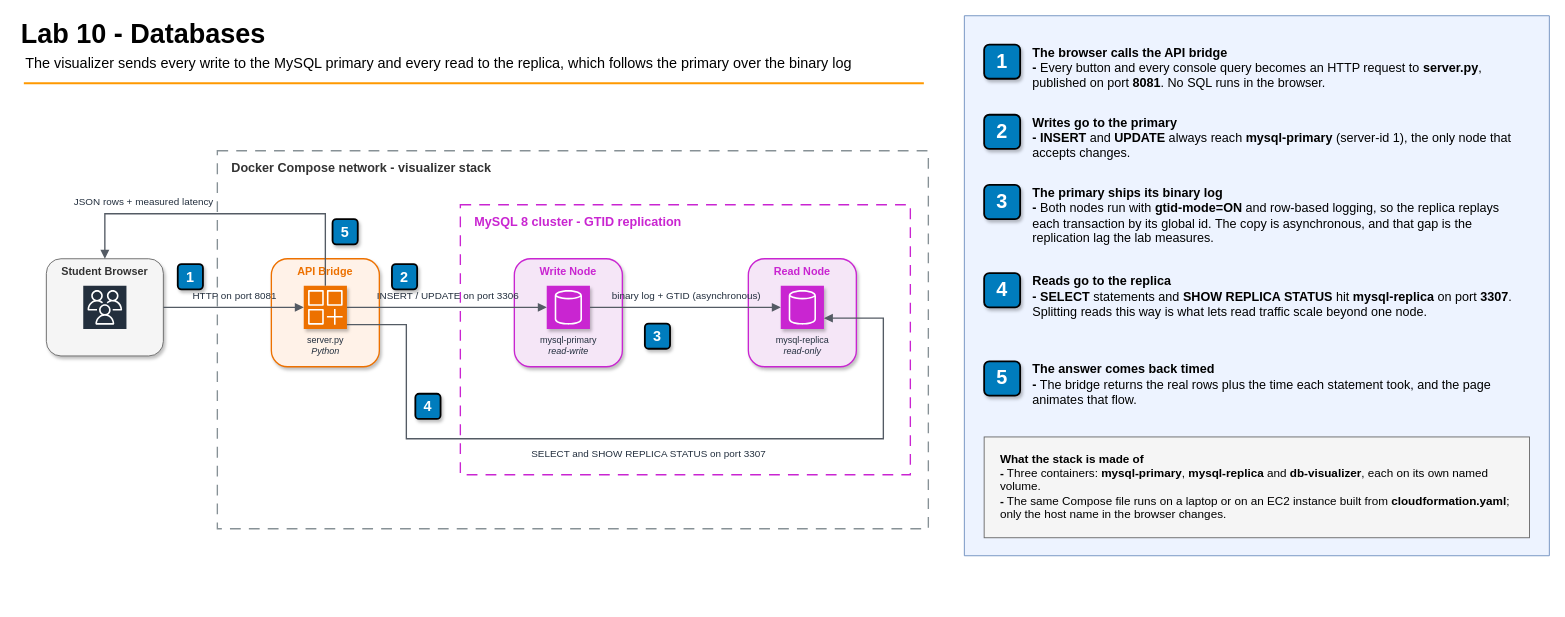
gamaware/system-design-course keeps this draw.io diagram as 10-databases/diagrams/lab10-architecture.drawio. Above is the earlier version. Source tidied: cells renumbered, new cells numbered last; positions are measured from the earlier drawing's top-left corner, leaving out a move shared by most shapes. Both pictures are drawn from the tidied source at 90%, with x=0, y=0 at pixel (19, 15). Pictures stored in the file or linked from it are replaced by grey dashed boxes.
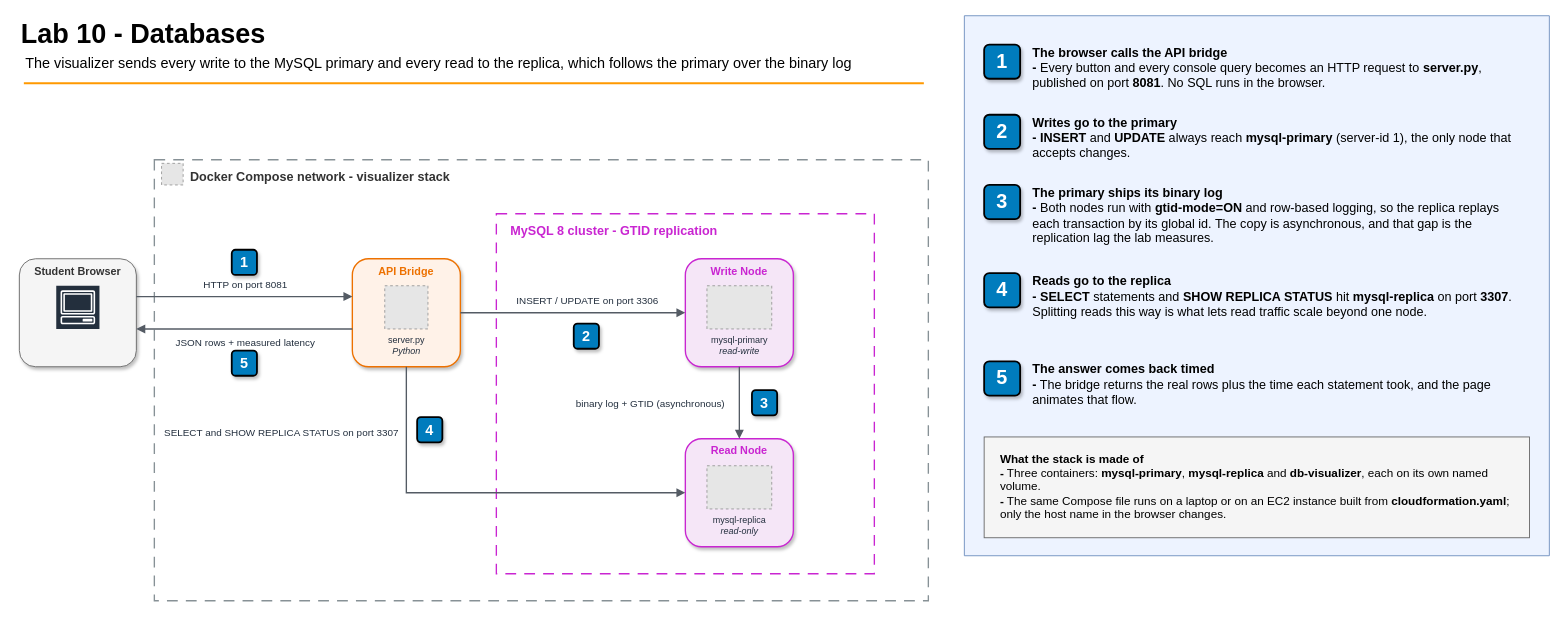
Above is the later version.

What changed in the source:
```diff
@@
-    <mxCell id="6" value="Docker Compose network - visualizer stack" style="rounded=0;html=1;whiteSpace=wrap;fillColor=none;strokeColor=#879196;dashed=1;dashPattern=8 6;strokeWidth=1.5;verticalAlign=top;align=left;spacingLeft=14;spacingTop=4;fontSize=14;fontStyle=1;fontColor=light-dark(#333333,#FAFAFA);fontFamily=Helvetica;" parent="1" vertex="1">
-      <mxGeometry x="220" y="150" width="790" height="420" as="geometry" />
+    <mxCell id="6" value="Docker Compose network - visualizer stack" style="rounded=0;html=1;whiteSpace=wrap;fillColor=none;strokeColor=#879196;dashed=1;dashPattern=8 6;strokeWidth=1.5;verticalAlign=top;align=left;spacingLeft=38;spacingTop=4;fontSize=14;fontStyle=1;fontColor=light-dark(#333333,#FAFAFA);fontFamily=Helvetica;" parent="1" vertex="1">
+      <mxGeometry x="150" y="160" width="860" height="490" as="geometry" />
     </mxCell>
+    <mxCell id="44" style="fillColor=#E6E6E6;strokeColor=#999999;dashed=1;html=1;verticalLabelPosition=bottom;verticalAlign=top;" parent="1" vertex="1">
+      <mxGeometry x="158" y="164" width="24" height="24" as="geometry" />
+    </mxCell>
     <mxCell id="7" value="MySQL 8 cluster - GTID replication" style="rounded=0;html=1;whiteSpace=wrap;fillColor=none;strokeColor=#C925D1;dashed=1;dashPattern=8 6;strokeWidth=1.5;verticalAlign=top;align=left;spacingLeft=14;spacingTop=4;fontSize=14;fontStyle=1;fontColor=#C925D1;fontFamily=Helvetica;" parent="1" vertex="1">
-      <mxGeometry x="490" y="210" width="500" height="300" as="geometry" />
+      <mxGeometry x="530" y="220" width="420" height="400" as="geometry" />
     </mxCell>
     <mxCell id="8" value="Student Browser" style="fillColor=#f5f5f5;strokeColor=light-dark(#666666,#D4D4D4);rounded=1;whiteSpace=wrap;html=1;verticalAlign=top;fontStyle=1;fontSize=12;fontColor=#333333;fontFamily=Helvetica;shadow=1;strokeWidth=1;perimeterSpacing=0;" parent="1" vertex="1">
-      <mxGeometry x="30" y="270" width="130" height="108" as="geometry" />
+      <mxGeometry y="270" width="130" height="120" as="geometry" />
     </mxCell>
-    <mxCell id="9" style="sketch=0;fontColor=#232F3E;fillColor=#232F3D;strokeColor=#ffffff;dashed=0;verticalLabelPosition=bottom;verticalAlign=top;align=center;html=1;fontSize=12;fontStyle=0;shape=mxgraph.aws4.resourceIcon;resIcon=mxgraph.aws4.users;fontFamily=Helvetica;" parent="8" vertex="1">
+    <mxCell id="9" style="sketch=0;fontColor=#232F3E;fillColor=#232F3D;strokeColor=#ffffff;dashed=0;verticalLabelPosition=bottom;verticalAlign=top;align=center;html=1;fontSize=12;fontStyle=0;shape=mxgraph.aws4.resourceIcon;resIcon=mxgraph.aws4.client;fontFamily=Helvetica;" parent="8" vertex="1">
       <mxGeometry x="41" y="30" width="48" height="48" as="geometry" />
     </mxCell>
     <mxCell id="10" value="API Bridge" style="rounded=1;html=1;whiteSpace=wrap;fillColor=#FFF2E8;strokeColor=#ED7100;verticalAlign=top;align=center;fontStyle=1;fontSize=12;fontColor=#ED7100;shadow=1;strokeWidth=1.5;fontFamily=Helvetica;" parent="1" vertex="1">
-      <mxGeometry x="280" y="270" width="120" height="120" as="geometry" />
+      <mxGeometry x="370" y="270" width="120" height="120" as="geometry" />
     </mxCell>
-    <mxCell id="11" value="server.py&lt;div&gt;&lt;i&gt;Python&lt;/i&gt;&lt;/div&gt;" style="sketch=0;points=[[0,0,0],[0.25,0,0],[0.5,0,0],[0.75,0,0],[1,0,0],[0,1,0],[0.25,1,0],[0.5,1,0],[0.75,1,0],[1,1,0],[0,0.25,0],[0,0.5,0],[0,0.75,0],[1,0.25,0],[1,0.5,0],[1,0.75,0]];outlineConnect=0;fontColor=#232F3E;fillColor=#ED7100;strokeColor=#ffffff;dashed=0;verticalLabelPosition=bottom;verticalAlign=top;align=center;html=1;fontSize=10;fontStyle=0;shape=mxgraph.aws4.resourceIcon;resIcon=mxgraph.aws4.generic_application;shadow=1;fontFamily=Helvetica;" parent="10" vertex="1">
+    <mxCell id="11" value="server.py&lt;div&gt;&lt;i&gt;Python&lt;/i&gt;&lt;/div&gt;" style="fillColor=#E6E6E6;strokeColor=#999999;dashed=1;verticalLabelPosition=bottom;verticalAlign=top;align=center;html=1;labelBackgroundColor=none;fontSize=10;fontColor=#232F3E;fontFamily=Helvetica;" parent="10" vertex="1">
       <mxGeometry x="36" y="30" width="48" height="48" as="geometry" />
     </mxCell>
     <mxCell id="12" value="Write Node" style="rounded=1;html=1;whiteSpace=wrap;fillColor=#F5E6F7;strokeColor=#C925D1;verticalAlign=top;align=center;fontStyle=1;fontSize=12;fontColor=#C925D1;shadow=1;strokeWidth=1.5;fontFamily=Helvetica;" parent="1" vertex="1">
-      <mxGeometry x="550" y="270" width="120" height="120" as="geometry" />
+      <mxGeometry x="740" y="270" width="120" height="120" as="geometry" />
     </mxCell>
-    <mxCell id="13" value="mysql-primary&lt;div&gt;&lt;i&gt;read-write&lt;/i&gt;&lt;/div&gt;" style="sketch=0;points=[[0,0,0],[0.25,0,0],[0.5,0,0],[0.75,0,0],[1,0,0],[0,1,0],[0.25,1,0],[0.5,1,0],[0.75,1,0],[1,1,0],[0,0.25,0],[0,0.5,0],[0,0.75,0],[1,0.25,0],[1,0.5,0],[1,0.75,0]];outlineConnect=0;fontColor=#232F3E;fillColor=#C925D1;strokeColor=#ffffff;dashed=0;verticalLabelPosition=bottom;verticalAlign=top;align=center;html=1;fontSize=10;fontStyle=0;shape=mxgraph.aws4.resourceIcon;resIcon=mxgraph.aws4.generic_database;shadow=1;fontFamily=Helvetica;" parent="12" vertex="1">
-      <mxGeometry x="36" y="30" width="48" height="48" as="geometry" />
+    <mxCell id="13" value="mysql-primary&lt;div&gt;&lt;i&gt;read-write&lt;/i&gt;&lt;/div&gt;" style="fillColor=#E6E6E6;strokeColor=#999999;dashed=1;verticalLabelPosition=bottom;verticalAlign=top;align=center;html=1;labelBackgroundColor=none;fontSize=10;fontColor=#232F3E;fontFamily=Helvetica;" parent="12" vertex="1">
+      <mxGeometry x="24" y="30" width="72" height="48" as="geometry" />
     </mxCell>
     <mxCell id="14" value="Read Node" style="rounded=1;html=1;whiteSpace=wrap;fillColor=#F5E6F7;strokeColor=#C925D1;verticalAlign=top;align=center;fontStyle=1;fontSize=12;fontColor=#C925D1;shadow=1;strokeWidth=1.5;fontFamily=Helvetica;" parent="1" vertex="1">
-      <mxGeometry x="810" y="270" width="120" height="120" as="geometry" />
+      <mxGeometry x="740" y="470" width="120" height="120" as="geometry" />
     </mxCell>
-    <mxCell id="15" value="mysql-replica&lt;div&gt;&lt;i&gt;read-only&lt;/i&gt;&lt;/div&gt;" style="sketch=0;points=[[0,0,0],[0.25,0,0],[0.5,0,0],[0.75,0,0],[1,0,0],[0,1,0],[0.25,1,0],[0.5,1,0],[0.75,1,0],[1,1,0],[0,0.25,0],[0,0.5,0],[0,0.75,0],[1,0.25,0],[1,0.5,0],[1,0.75,0]];outlineConnect=0;fontColor=#232F3E;fillColor=#C925D1;strokeColor=#ffffff;dashed=0;verticalLabelPosition=bottom;verticalAlign=top;align=center;html=1;fontSize=10;fontStyle=0;shape=mxgraph.aws4.resourceIcon;resIcon=mxgraph.aws4.generic_database;shadow=1;fontFamily=Helvetica;" parent="14" vertex="1">
-      <mxGeometry x="36" y="30" width="48" height="48" as="geometry" />
+    <mxCell id="15" value="mysql-replica&lt;div&gt;&lt;i&gt;read-only&lt;/i&gt;&lt;/div&gt;" style="fillColor=#E6E6E6;strokeColor=#999999;dashed=1;verticalLabelPosition=bottom;verticalAlign=top;align=center;html=1;labelBackgroundColor=none;fontSize=10;fontColor=#232F3E;fontFamily=Helvetica;" parent="14" vertex="1">
+      <mxGeometry x="24" y="30" width="72" height="48" as="geometry" />
     </mxCell>
-    <mxCell id="16" style="edgeStyle=orthogonalEdgeStyle;html=1;rounded=0;jettySize=auto;elbow=vertical;endArrow=block;endFill=1;strokeColor=#545B64;strokeWidth=1.5;fontFamily=Helvetica;exitX=1;exitY=0.5;exitDx=0;exitDy=0;entryX=0;entryY=0.5;entryDx=0;entryDy=0;startArrow=none;" parent="1" edge="1" source="8" target="11">
+    <mxCell id="16" style="edgeStyle=orthogonalEdgeStyle;rounded=0;jettySize=auto;html=1;endArrow=block;endFill=1;strokeColor=#545B64;strokeWidth=1.5;fontFamily=Helvetica;exitX=1;exitY=0.35;exitDx=0;exitDy=0;entryX=0;entryY=0.35;entryDx=0;entryDy=0;startArrow=none;fontSize=11;jumpStyle=arc;jumpSize=10;labelBackgroundColor=default;" parent="1" edge="1" source="8" target="10">
       <mxGeometry relative="1" as="geometry" />
     </mxCell>
-    <mxCell id="17" value="HTTP on port 8081" style="edgeLabel;html=1;align=center;verticalAlign=middle;labelBackgroundColor=none;fontSize=11;fontColor=light-dark(#232F3E,#F5F5F5);fontFamily=Helvetica;" parent="16" vertex="1">
+    <mxCell id="17" value="HTTP on port 8081" style="edgeLabel=;html=1;align=center;verticalAlign=middle;labelBackgroundColor=default;fontSize=11;fontColor=light-dark(#232F3E,#F5F5F5);fontFamily=Helvetica;" parent="16" vertex="1">
       <mxGeometry relative="1" as="geometry">
         <mxPoint y="-14" as="offset" />
       </mxGeometry>
     </mxCell>
-    <mxCell id="18" style="edgeStyle=orthogonalEdgeStyle;html=1;rounded=0;jettySize=auto;elbow=vertical;endArrow=block;endFill=1;strokeColor=#545B64;strokeWidth=1.5;fontFamily=Helvetica;exitX=1;exitY=0.5;exitDx=0;exitDy=0;entryX=0;entryY=0.5;entryDx=0;entryDy=0;startArrow=none;" parent="1" edge="1" source="11" target="13">
+    <mxCell id="18" style="edgeStyle=orthogonalEdgeStyle;rounded=0;jettySize=auto;html=1;endArrow=block;endFill=1;strokeColor=#545B64;strokeWidth=1.5;fontFamily=Helvetica;exitX=1;exitY=0.5;exitDx=0;exitDy=0;entryX=0;entryY=0.5;entryDx=0;entryDy=0;startArrow=none;fontSize=11;jumpStyle=arc;jumpSize=10;labelBackgroundColor=default;" parent="1" edge="1" source="10" target="12">
       <mxGeometry relative="1" as="geometry" />
     </mxCell>
-    <mxCell id="19" value="INSERT / UPDATE on port 3306" style="edgeLabel;html=1;align=center;verticalAlign=middle;labelBackgroundColor=none;fontSize=11;fontColor=light-dark(#232F3E,#F5F5F5);fontFamily=Helvetica;" parent="18" vertex="1">
+    <mxCell id="19" value="INSERT / UPDATE on port 3306" style="edgeLabel=;html=1;align=center;verticalAlign=middle;labelBackgroundColor=default;fontSize=11;fontColor=light-dark(#232F3E,#F5F5F5);fontFamily=Helvetica;" parent="18" vertex="1">
       <mxGeometry relative="1" as="geometry">
-        <mxPoint y="-14" as="offset" />
+        <mxPoint x="15" y="-14" as="offset" />
       </mxGeometry>
     </mxCell>
-    <mxCell id="20" style="edgeStyle=orthogonalEdgeStyle;html=1;rounded=0;jettySize=auto;elbow=vertical;endArrow=block;endFill=1;strokeColor=#545B64;strokeWidth=1.5;fontFamily=Helvetica;exitX=1;exitY=0.5;exitDx=0;exitDy=0;entryX=0;entryY=0.5;entryDx=0;entryDy=0;startArrow=none;" parent="1" edge="1" source="13" target="15">
+    <mxCell id="20" style="edgeStyle=orthogonalEdgeStyle;rounded=0;jettySize=auto;html=1;endArrow=block;endFill=1;strokeColor=#545B64;strokeWidth=1.5;fontFamily=Helvetica;exitX=0.5;exitY=1;exitDx=0;exitDy=0;entryX=0.5;entryY=0;entryDx=0;entryDy=0;startArrow=none;fontSize=11;jumpStyle=arc;jumpSize=10;labelBackgroundColor=default;" parent="1" edge="1" source="12" target="14">
       <mxGeometry relative="1" as="geometry" />
     </mxCell>
-    <mxCell id="21" value="binary log + GTID (asynchronous)" style="edgeLabel;html=1;align=center;verticalAlign=middle;labelBackgroundColor=none;fontSize=11;fontColor=light-dark(#232F3E,#F5F5F5);fontFamily=Helvetica;" parent="20" vertex="1">
+    <mxCell id="21" value="binary log + GTID (asynchronous)" style="edgeLabel=;html=1;align=center;verticalAlign=middle;labelBackgroundColor=default;fontSize=11;fontColor=light-dark(#232F3E,#F5F5F5);fontFamily=Helvetica;" parent="20" vertex="1">
       <mxGeometry relative="1" as="geometry">
-        <mxPoint y="-14" as="offset" />
+        <mxPoint x="-100" as="offset" />
       </mxGeometry>
     </mxCell>
-    <mxCell id="22" style="edgeStyle=orthogonalEdgeStyle;html=1;rounded=0;jettySize=auto;endArrow=block;endFill=1;strokeColor=#545B64;strokeWidth=1.5;fontFamily=Helvetica;exitX=1;exitY=0.9;exitDx=0;exitDy=0;entryX=1;entryY=0.75;entryDx=0;entryDy=0;startArrow=none;" parent="1" edge="1" source="11" target="15">
-      <mxGeometry relative="1" as="geometry">
-        <Array as="points">
-          <mxPoint x="430" y="343" />
-          <mxPoint x="430" y="470" />
-          <mxPoint x="960" y="470" />
-        </Array>
-      </mxGeometry>
+    <mxCell id="22" style="edgeStyle=orthogonalEdgeStyle;rounded=0;jettySize=auto;html=1;endArrow=block;endFill=1;strokeColor=#545B64;strokeWidth=1.5;fontFamily=Helvetica;exitX=0.5;exitY=1;exitDx=0;exitDy=0;entryX=0;entryY=0.5;entryDx=0;entryDy=0;startArrow=none;fontSize=11;jumpStyle=arc;jumpSize=10;labelBackgroundColor=default;" parent="1" edge="1" source="10" target="14">
+      <mxGeometry relative="1" as="geometry" />
     </mxCell>
-    <mxCell id="23" value="SELECT and SHOW REPLICA STATUS on port 3307" style="edgeLabel;html=1;align=center;verticalAlign=middle;labelBackgroundColor=none;fontSize=11;fontColor=light-dark(#232F3E,#F5F5F5);fontFamily=Helvetica;" parent="22" vertex="1">
-      <mxGeometry relative="1" as="geometry">
-        <mxPoint y="16" as="offset" />
+    <mxCell id="23" value="SELECT and SHOW REPLICA STATUS on port 3307" style="edgeLabel=;html=1;align=center;verticalAlign=middle;labelBackgroundColor=default;fontSize=11;fontColor=light-dark(#232F3E,#F5F5F5);fontFamily=Helvetica;" parent="22" vertex="1">
+      <mxGeometry x="-0.68" relative="1" as="geometry">
+        <mxPoint x="-140" as="offset" />
       </mxGeometry>
     </mxCell>
-    <mxCell id="24" style="edgeStyle=orthogonalEdgeStyle;html=1;rounded=0;jettySize=auto;endArrow=block;endFill=1;strokeColor=#545B64;strokeWidth=1.5;fontFamily=Helvetica;exitX=0.5;exitY=0;exitDx=0;exitDy=0;entryX=0.5;entryY=0;entryDx=0;entryDy=0;startArrow=none;" parent="1" edge="1" source="11" target="8">
-      <mxGeometry relative="1" as="geometry">
-        <Array as="points">
-          <mxPoint x="340" y="220" />
-          <mxPoint x="95" y="220" />
-        </Array>
-      </mxGeometry>
+    <mxCell id="24" style="edgeStyle=orthogonalEdgeStyle;rounded=0;jettySize=auto;html=1;endArrow=block;endFill=1;strokeColor=#545B64;strokeWidth=1.5;fontFamily=Helvetica;exitX=0;exitY=0.65;exitDx=0;exitDy=0;entryX=1;entryY=0.65;entryDx=0;entryDy=0;startArrow=none;fontSize=11;jumpStyle=arc;jumpSize=10;labelBackgroundColor=default;" parent="1" edge="1" source="10" target="8">
+      <mxGeometry relative="1" as="geometry" />
     </mxCell>
-    <mxCell id="25" value="JSON rows + measured latency" style="edgeLabel;html=1;align=center;verticalAlign=middle;labelBackgroundColor=none;fontSize=11;fontColor=light-dark(#232F3E,#F5F5F5);fontFamily=Helvetica;" parent="24" vertex="1">
+    <mxCell id="25" value="JSON rows + measured latency" style="edgeLabel=;html=1;align=center;verticalAlign=middle;labelBackgroundColor=default;fontSize=11;fontColor=light-dark(#232F3E,#F5F5F5);fontFamily=Helvetica;" parent="24" vertex="1">
       <mxGeometry relative="1" as="geometry">
-        <mxPoint x="-95" y="-14" as="offset" />
+        <mxPoint y="14" as="offset" />
       </mxGeometry>
     </mxCell>
     <mxCell id="26" value="1" style="rounded=1;whiteSpace=wrap;html=1;fillColor=#007CBD;strokeColor=default;fontColor=#FFFFFF;fontStyle=1;fontSize=16;shadow=1;glass=0;strokeWidth=2;align=center;verticalAlign=middle;labelBackgroundColor=none;fontFamily=Helvetica;" parent="1" vertex="1">
-      <mxGeometry x="176" y="276" width="28" height="28" as="geometry" />
+      <mxGeometry x="236" y="260" width="28" height="28" as="geometry" />
     </mxCell>
     <mxCell id="27" value="2" style="rounded=1;whiteSpace=wrap;html=1;fillColor=#007CBD;strokeColor=default;fontColor=#FFFFFF;fontStyle=1;fontSize=16;shadow=1;glass=0;strokeWidth=2;align=center;verticalAlign=middle;labelBackgroundColor=none;fontFamily=Helvetica;" parent="1" vertex="1">
-      <mxGeometry x="414" y="276" width="28" height="28" as="geometry" />
+      <mxGeometry x="616" y="342" width="28" height="28" as="geometry" />
     </mxCell>
     <mxCell id="28" value="3" style="rounded=1;whiteSpace=wrap;html=1;fillColor=#007CBD;strokeColor=default;fontColor=#FFFFFF;fontStyle=1;fontSize=16;shadow=1;glass=0;strokeWidth=2;align=center;verticalAlign=middle;labelBackgroundColor=none;fontFamily=Helvetica;" parent="1" vertex="1">
-      <mxGeometry x="695" y="342" width="28" height="28" as="geometry" />
+      <mxGeometry x="814" y="416" width="28" height="28" as="geometry" />
     </mxCell>
     <mxCell id="29" value="4" style="rounded=1;whiteSpace=wrap;html=1;fillColor=#007CBD;strokeColor=default;fontColor=#FFFFFF;fontStyle=1;fontSize=16;shadow=1;glass=0;strokeWidth=2;align=center;verticalAlign=middle;labelBackgroundColor=none;fontFamily=Helvetica;" parent="1" vertex="1">
-      <mxGeometry x="440" y="420" width="28" height="28" as="geometry" />
+      <mxGeometry x="442" y="446" width="28" height="28" as="geometry" />
     </mxCell>
     <mxCell id="30" value="5" style="rounded=1;whiteSpace=wrap;html=1;fillColor=#007CBD;strokeColor=default;fontColor=#FFFFFF;fontStyle=1;fontSize=16;shadow=1;glass=0;strokeWidth=2;align=center;verticalAlign=middle;labelBackgroundColor=none;fontFamily=Helvetica;" parent="1" vertex="1">
-      <mxGeometry x="348" y="226" width="28" height="28" as="geometry" />
+      <mxGeometry x="236" y="372" width="28" height="28" as="geometry" />
     </mxCell>
```
